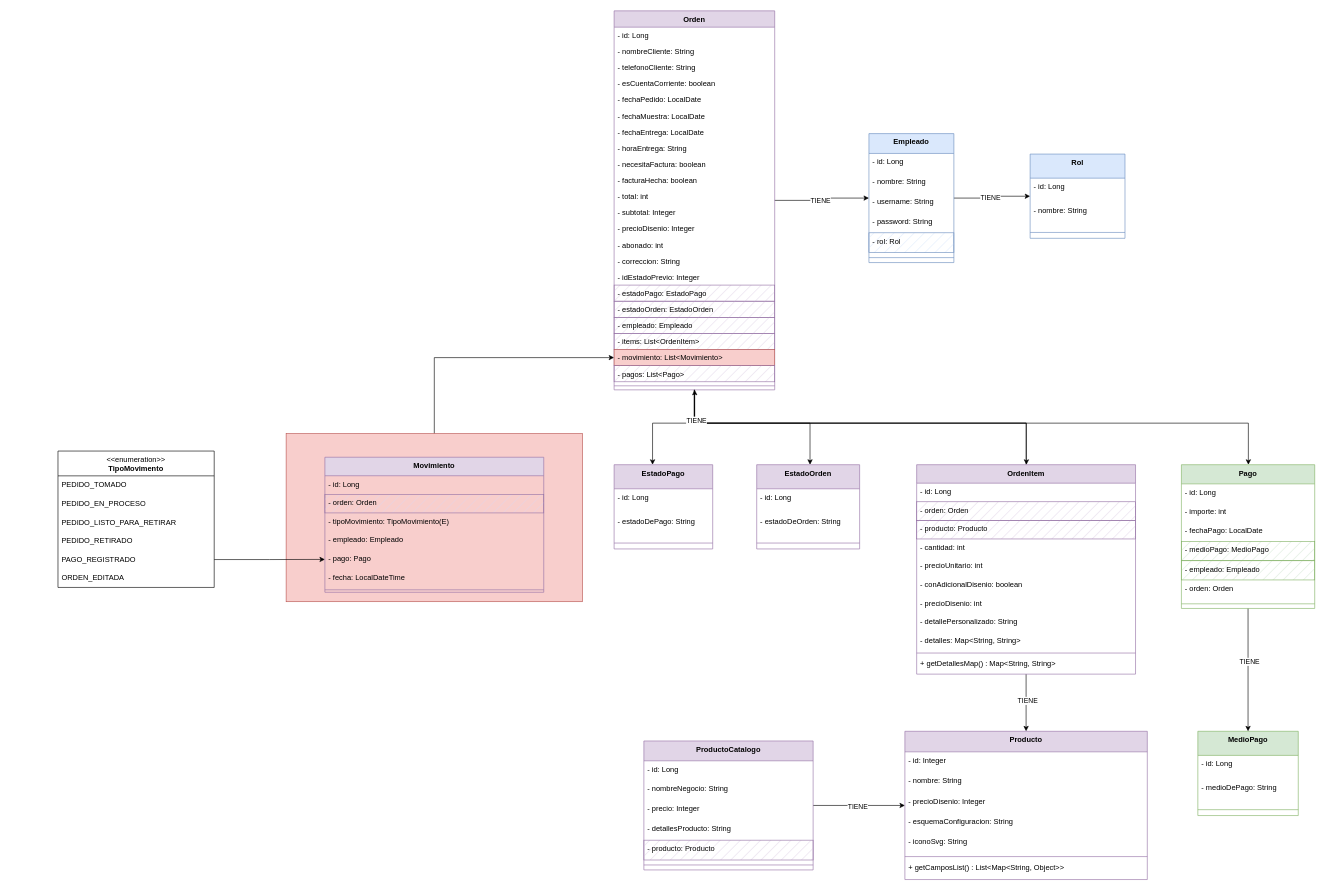
puntograficodevs/gestionproductospg keeps this draw.io diagram as page "Dominios" (1 of 3) of doc/UML Punto Gráfico Web.drawio. Above is the earlier version. Source tidied: cells renumbered, new cells numbered last; positions are measured from the earlier drawing's top-left corner, leaving out a move shared by most shapes. Both pictures are drawn from the tidied source at 62%, with x=0, y=0 at pixel (58, 11).
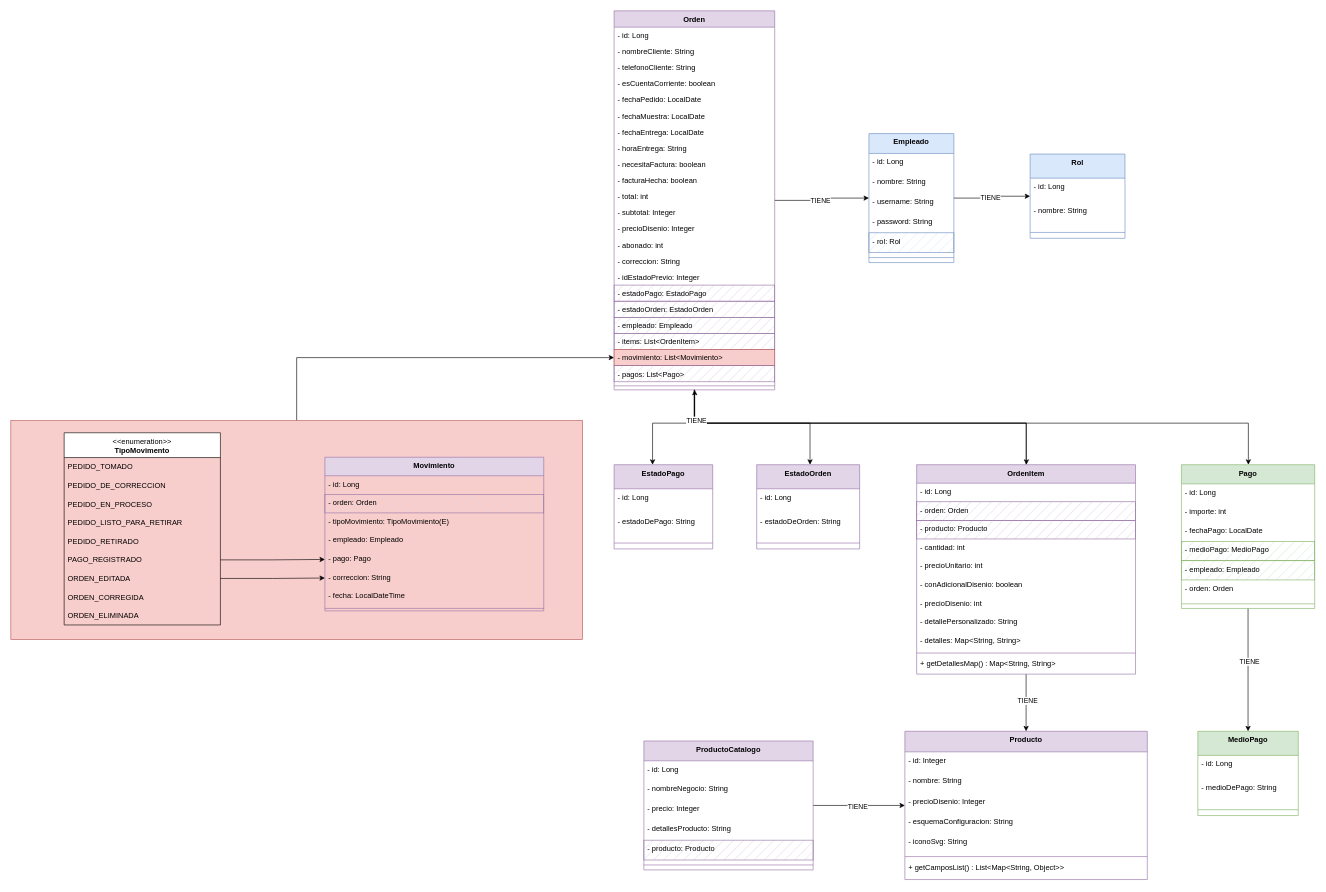
The same page after the edit.

Commit message (it also covers changes not shown here):
Commit parcial: Se agrega creación de movimiento al momento de crear/editar/corregir una orden desde el endpoint de /guardar-orden

Diff of the diagram source:
```diff
@@
     <mxCell id="3" style="rounded=0;whiteSpace=wrap;html=1;fillColor=#f8cecc;strokeColor=#b85450;" parent="1" vertex="1">
-      <mxGeometry x="368" y="681.9" width="478" height="271.1" as="geometry" />
+      <mxGeometry x="-76" y="661" width="922" height="353" as="geometry" />
     </mxCell>
@@
     <mxCell id="103" value="Movimiento" style="swimlane;fontStyle=1;align=center;verticalAlign=top;horizontal=1;startSize=29.818181818181817;fillColor=#e1d5e7;strokeColor=#9673a6;" parent="1" vertex="1">
-      <mxGeometry x="430.5" y="720" width="353" height="217.8" as="geometry" />
+      <mxGeometry x="430.5" y="720" width="353" height="247.8" as="geometry" />
     </mxCell>
@@
+    <mxCell id="119" value="- correccion: String" style="text;strokeColor=none;fillColor=none;align=left;verticalAlign=top;spacingLeft=4;spacingRight=4;overflow=hidden;points=[[0,0.5],[1,0.5]];portConstraint=eastwest;" parent="103" vertex="1">
+      <mxGeometry y="179.8" width="353" height="30" as="geometry" />
+    </mxCell>
     <mxCell id="109" value="- fecha: LocalDateTime" style="text;strokeColor=none;fillColor=none;align=left;verticalAlign=top;spacingLeft=4;spacingRight=4;overflow=hidden;" parent="103" vertex="1">
-      <mxGeometry y="179.8" width="353" height="30" as="geometry" />
+      <mxGeometry y="209.8" width="353" height="30" as="geometry" />
     </mxCell>
     <mxCell id="110" style="line;strokeWidth=1;fillColor=none;align=left;verticalAlign=middle;spacingTop=-1;spacingLeft=3;spacingRight=3;labelPosition=right;strokeColor=inherit;" parent="103" vertex="1">
-      <mxGeometry y="209.8" width="353" height="8" as="geometry" />
+      <mxGeometry y="239.8" width="353" height="8" as="geometry" />
     </mxCell>
     <mxCell id="111" value="&amp;lt;&amp;lt;enumeration&amp;gt;&amp;gt;&lt;br&gt;&lt;b&gt;TipoMovimento&lt;/b&gt;" style="swimlane;fontStyle=0;align=center;verticalAlign=top;horizontal=1;startSize=40;html=1;whiteSpace=wrap;" parent="1" vertex="1">
-      <mxGeometry y="710" width="252" height="220" as="geometry" />
+      <mxGeometry x="10" y="680.5" width="252" height="310" as="geometry" />
     </mxCell>
@@
+    <mxCell id="120" value="PEDIDO_DE_CORRECCION" style="text;html=1;strokeColor=none;fillColor=none;align=left;verticalAlign=middle;spacingLeft=4;spacingRight=4;overflow=hidden;whiteSpace=wrap;" parent="111" vertex="1">
+      <mxGeometry y="70" width="252" height="30" as="geometry" />
+    </mxCell>
     <mxCell id="113" value="PEDIDO_EN_PROCESO" style="text;html=1;strokeColor=none;fillColor=none;align=left;verticalAlign=middle;spacingLeft=4;spacingRight=4;overflow=hidden;whiteSpace=wrap;" parent="111" vertex="1">
-      <mxGeometry y="70" width="252" height="30" as="geometry" />
+      <mxGeometry y="100" width="252" height="30" as="geometry" />
     </mxCell>
     <mxCell id="114" value="PEDIDO_LISTO_PARA_RETIRAR" style="text;html=1;strokeColor=none;fillColor=none;align=left;verticalAlign=middle;spacingLeft=4;spacingRight=4;overflow=hidden;whiteSpace=wrap;" parent="111" vertex="1">
-      <mxGeometry y="100" width="252" height="30" as="geometry" />
+      <mxGeometry y="130" width="252" height="30" as="geometry" />
     </mxCell>
     <mxCell id="115" value="PEDIDO_RETIRADO" style="text;html=1;strokeColor=none;fillColor=none;align=left;verticalAlign=middle;spacingLeft=4;spacingRight=4;overflow=hidden;whiteSpace=wrap;" parent="111" vertex="1">
-      <mxGeometry y="130" width="252" height="30" as="geometry" />
+      <mxGeometry y="160" width="252" height="30" as="geometry" />
     </mxCell>
     <mxCell id="116" value="PAGO_REGISTRADO" style="text;html=1;strokeColor=none;fillColor=none;align=left;verticalAlign=middle;spacingLeft=4;spacingRight=4;overflow=hidden;points=[[0,0.5],[1,0.5]];portConstraint=eastwest;whiteSpace=wrap;" parent="111" vertex="1">
-      <mxGeometry y="160" width="252" height="30" as="geometry" />
+      <mxGeometry y="190" width="252" height="30" as="geometry" />
     </mxCell>
     <mxCell id="117" value="ORDEN_EDITADA" style="text;html=1;strokeColor=none;fillColor=none;align=left;verticalAlign=middle;spacingLeft=4;spacingRight=4;overflow=hidden;points=[[0,0.5],[1,0.5]];portConstraint=eastwest;whiteSpace=wrap;" parent="111" vertex="1">
-      <mxGeometry y="190" width="252" height="30" as="geometry" />
+      <mxGeometry y="220" width="252" height="30" as="geometry" />
     </mxCell>
+    <mxCell id="121" value="ORDEN_CORREGIDA" style="text;html=1;strokeColor=none;fillColor=none;align=left;verticalAlign=middle;spacingLeft=4;spacingRight=4;overflow=hidden;whiteSpace=wrap;" parent="111" vertex="1">
+      <mxGeometry y="250" width="252" height="30" as="geometry" />
+    </mxCell>
+    <mxCell id="122" value="ORDEN_ELIMINADA" style="text;html=1;strokeColor=none;fillColor=none;align=left;verticalAlign=middle;spacingLeft=4;spacingRight=4;overflow=hidden;whiteSpace=wrap;" parent="111" vertex="1">
+      <mxGeometry y="280" width="252" height="30" as="geometry" />
+    </mxCell>
@@
+    <mxCell id="123" style="edgeStyle=orthogonalEdgeStyle;rounded=0;jettySize=auto;html=1;" parent="1" edge="1" source="117" target="119">
+      <mxGeometry relative="1" as="geometry" />
+    </mxCell>
```
